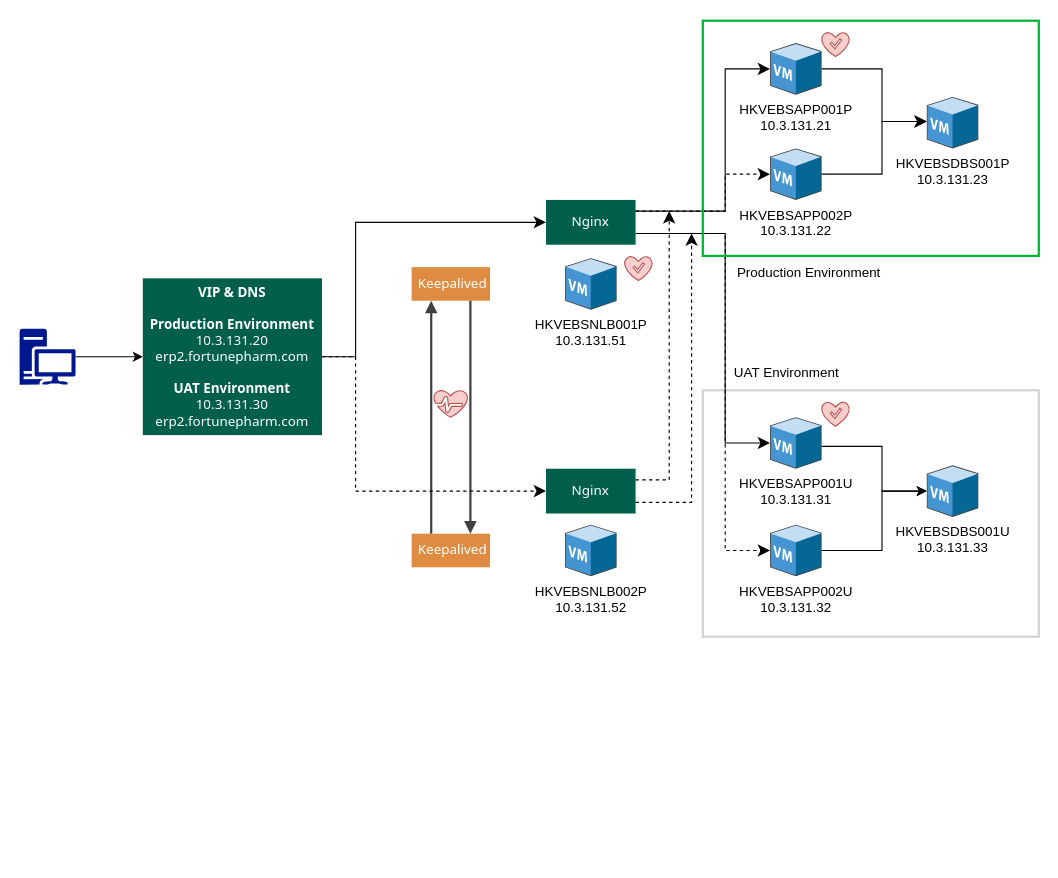
This is EBS.drawio from rwo001/FP, a draw.io file, before an edit. Source tidied: cells renumbered, new cells numbered last; positions are measured from the earlier drawing's top-left corner, leaving out a move shared by most shapes. Both pictures are drawn from the tidied source at 112%, with x=0, y=0 at pixel (19, 20).
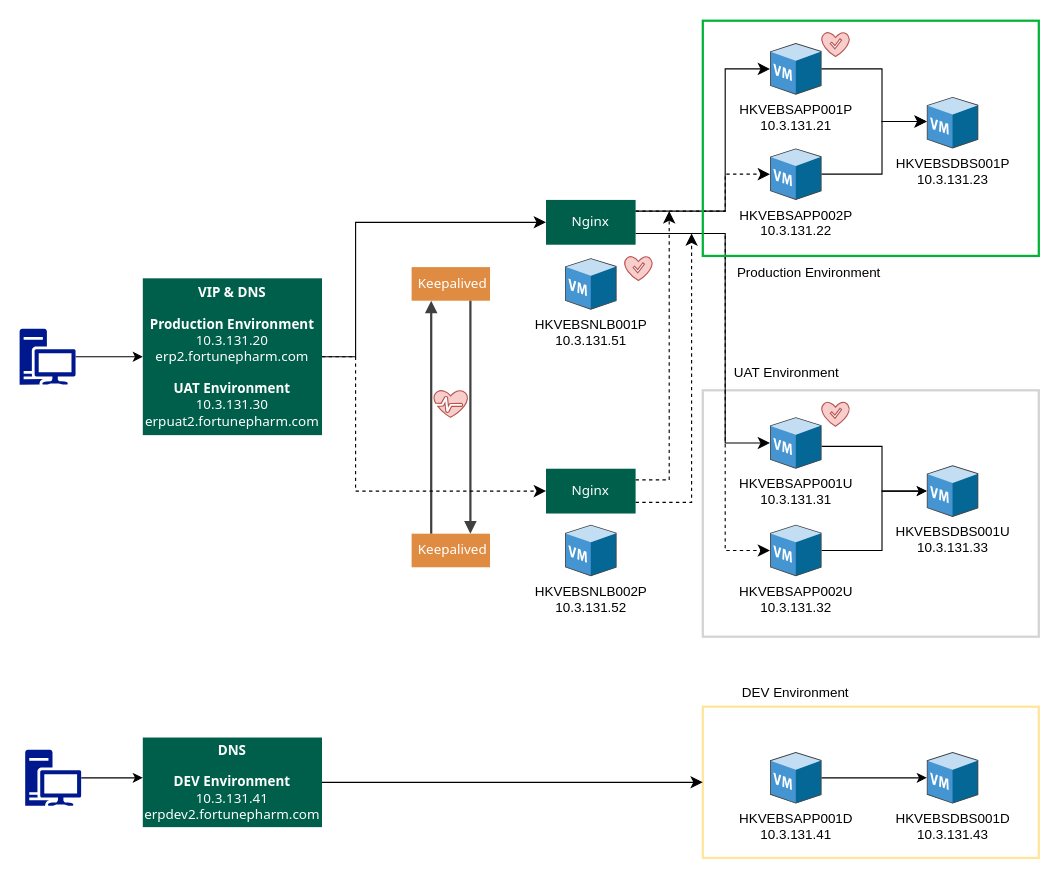
The same diagram, later.

The edit, as a diff of the source:
```diff
@@
+    <mxCell id="39" style="rounded=0;whiteSpace=wrap;html=1;strokeWidth=2;strokeColor=#FFE599;fillColor=none;" parent="1" vertex="1">
+      <mxGeometry x="610" y="612.5" width="300" height="135" as="geometry" />
+    </mxCell>
@@
-    <mxCell id="3" value="&lt;div style=&quot;&quot;&gt;&lt;span style=&quot;background-color: transparent; color: light-dark(rgb(255, 255, 255), rgb(18, 18, 18));&quot;&gt;&lt;b&gt;VIP &amp;amp; DNS&lt;br&gt;&lt;br&gt;Production Environment&lt;/b&gt;&lt;/span&gt;&lt;/div&gt;&lt;div style=&quot;&quot;&gt;&lt;span style=&quot;background-color: transparent; color: light-dark(rgb(255, 255, 255), rgb(18, 18, 18));&quot;&gt;10.3.131.20&lt;/span&gt;&lt;/div&gt;&lt;div&gt;erp2.fortunepharm.com&lt;br&gt;&lt;br&gt;&lt;/div&gt;&lt;div&gt;&lt;div&gt;&lt;span style=&quot;background-color: transparent; color: light-dark(rgb(255, 255, 255), rgb(18, 18, 18));&quot;&gt;&lt;b&gt;UAT Environment&lt;/b&gt;&lt;/span&gt;&lt;/div&gt;&lt;div&gt;10.3.131.30&lt;br&gt;erp2.fortunepharm.com&lt;/div&gt;&lt;/div&gt;" style="align=center;verticalAlign=middle;fontFamily=Tahoma;fillColor=#005f4b;strokeColor=none;fontColor=#ffffff;strokeWidth=2;html=1;whiteSpace=wrap;spacing=6;fontStyle=0;" parent="1" vertex="1">
+    <mxCell id="3" value="&lt;div style=&quot;&quot;&gt;&lt;span style=&quot;background-color: transparent; color: light-dark(rgb(255, 255, 255), rgb(18, 18, 18));&quot;&gt;&lt;b&gt;VIP &amp;amp; DNS&lt;br&gt;&lt;br&gt;Production Environment&lt;/b&gt;&lt;/span&gt;&lt;/div&gt;&lt;div style=&quot;&quot;&gt;&lt;span style=&quot;background-color: transparent; color: light-dark(rgb(255, 255, 255), rgb(18, 18, 18));&quot;&gt;10.3.131.20&lt;/span&gt;&lt;/div&gt;&lt;div&gt;erp2.fortunepharm.com&lt;br&gt;&lt;br&gt;&lt;/div&gt;&lt;div&gt;&lt;div&gt;&lt;span style=&quot;background-color: transparent; color: light-dark(rgb(255, 255, 255), rgb(18, 18, 18));&quot;&gt;&lt;b&gt;UAT Environment&lt;/b&gt;&lt;/span&gt;&lt;/div&gt;&lt;div&gt;10.3.131.30&lt;br&gt;erpuat2.fortunepharm.com&lt;/div&gt;&lt;/div&gt;" style="align=center;verticalAlign=middle;fontFamily=Tahoma;fillColor=#005f4b;strokeColor=none;fontColor=#ffffff;strokeWidth=2;html=1;whiteSpace=wrap;spacing=6;fontStyle=0;" parent="1" vertex="1">
       <mxGeometry x="110" y="230" width="160" height="140" as="geometry" />
     </mxCell>
@@
+    <mxCell id="40" value="DEV Environment" style="text;html=1;align=center;verticalAlign=middle;whiteSpace=wrap;rounded=0;" parent="1" vertex="1">
+      <mxGeometry x="618" y="585" width="150" height="30" as="geometry" />
+    </mxCell>
+    <mxCell id="41" value="&lt;div&gt;HKVEBSAPP001D&lt;/div&gt;&lt;div&gt;10.3.131.41&lt;/div&gt;" style="sketch=0;shadow=0;dashed=0;html=1;labelPosition=center;verticalLabelPosition=bottom;verticalAlign=top;align=center;outlineConnect=0;shape=mxgraph.veeam.3d.virtual_machine;" parent="1" vertex="1">
+      <mxGeometry x="670" y="653" width="46" height="46" as="geometry" />
+    </mxCell>
+    <mxCell id="42" value="&lt;div&gt;HKVEBSDBS001D&lt;/div&gt;&lt;div&gt;10.3.131.4&lt;span style=&quot;background-color: transparent; color: light-dark(rgb(0, 0, 0), rgb(255, 255, 255));&quot;&gt;3&lt;/span&gt;&lt;/div&gt;" style="sketch=0;shadow=0;dashed=0;html=1;labelPosition=center;verticalLabelPosition=bottom;verticalAlign=top;align=center;outlineConnect=0;shape=mxgraph.veeam.3d.virtual_machine;" parent="1" vertex="1">
+      <mxGeometry x="810" y="653" width="46" height="46" as="geometry" />
+    </mxCell>
+    <mxCell id="43" style="edgeStyle=orthogonalEdgeStyle;rounded=0;jettySize=auto;html=1;" parent="1" edge="1" source="41" target="42">
+      <mxGeometry relative="1" as="geometry">
+        <Array as="points">
+          <mxPoint x="770" y="676" />
+          <mxPoint x="770" y="676" />
+        </Array>
+      </mxGeometry>
+    </mxCell>
+    <mxCell id="44" value="&lt;div style=&quot;&quot;&gt;&lt;span style=&quot;background-color: transparent; color: light-dark(rgb(255, 255, 255), rgb(18, 18, 18));&quot;&gt;&lt;b&gt;DNS&lt;br&gt;&lt;br&gt;DEV Environment&lt;/b&gt;&lt;/span&gt;&lt;/div&gt;&lt;div style=&quot;&quot;&gt;&lt;span style=&quot;background-color: transparent; color: light-dark(rgb(255, 255, 255), rgb(18, 18, 18));&quot;&gt;10.3.131.41&lt;/span&gt;&lt;/div&gt;&lt;div style=&quot;&quot;&gt;&lt;span style=&quot;background-color: transparent; color: light-dark(rgb(255, 255, 255), rgb(18, 18, 18));&quot;&gt;erpdev2.fortunepharm.com&lt;/span&gt;&lt;/div&gt;" style="align=center;verticalAlign=middle;fontFamily=Tahoma;fillColor=#005f4b;strokeColor=none;fontColor=#ffffff;strokeWidth=2;html=1;whiteSpace=wrap;spacing=6;fontStyle=0;" parent="1" vertex="1">
+      <mxGeometry x="110" y="640" width="160" height="80" as="geometry" />
+    </mxCell>
+    <mxCell id="45" style="edgeStyle=elbowEdgeStyle;elbow=horizontal;endArrow=classic;html=1;curved=0;rounded=0;endSize=8;startSize=8;exitX=1;exitY=0.5;exitDx=0;exitDy=0;entryX=0;entryY=0.5;entryDx=0;entryDy=0;" parent="1" edge="1" source="44" target="39">
+      <mxGeometry relative="1" as="geometry">
+        <Array as="points">
+          <mxPoint x="430" y="660" />
+        </Array>
+      </mxGeometry>
+    </mxCell>
+    <mxCell id="46" style="sketch=0;shadow=0;dashed=0;html=1;strokeColor=none;labelPosition=center;verticalLabelPosition=bottom;verticalAlign=top;align=center;fillColor=#00188D;shape=mxgraph.mscae.enterprise.workstation_client;" parent="1" vertex="1">
+      <mxGeometry x="5" y="651" width="50" height="50" as="geometry" />
+    </mxCell>
+    <mxCell id="47" style="endArrow=classic;html=1;rounded=0;exitX=1;exitY=0.5;exitDx=0;exitDy=0;exitPerimeter=0;" parent="1" edge="1" source="46">
+      <mxGeometry relative="1" as="geometry">
+        <mxPoint x="110" y="676" as="targetPoint" />
+      </mxGeometry>
+    </mxCell>
```
